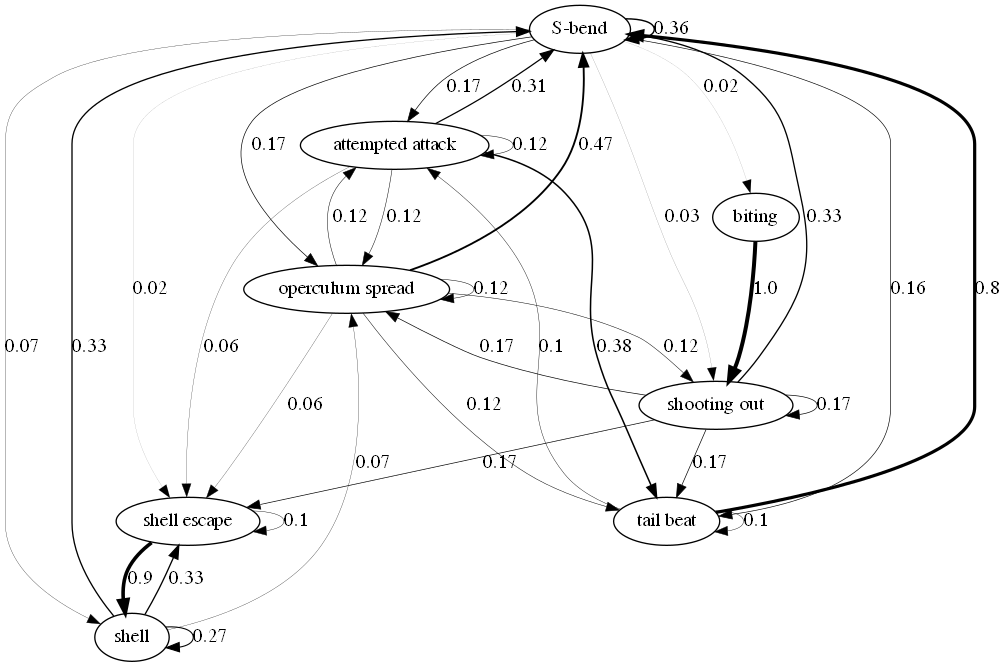
Above: images/transitions.gv.png in nicolkraus/AnalyzeBehavior (Graphviz), before the change. Its source is kept beside it as images/transitions.gv. Source of this version:
```dot
digraph  {
"S-bend";
"attempted attack";
biting;
"operculum spread";
shell;
"shell escape";
"shooting out";
"tail beat";
"S-bend" -> "S-bend"  [label="0.36", penwidth="1.08"];
"S-bend" -> "attempted attack"  [label="0.17", penwidth="0.51"];
"S-bend" -> biting  [label="0.02", penwidth="0.06"];
"S-bend" -> "operculum spread"  [label="0.17", penwidth="0.51"];
"S-bend" -> shell  [label="0.07", penwidth="0.21000000000000002"];
"S-bend" -> "shell escape"  [label="0.02", penwidth="0.06"];
"S-bend" -> "shooting out"  [label="0.03", penwidth="0.09"];
"S-bend" -> "tail beat"  [label="0.16", penwidth="0.48"];
"attempted attack" -> "S-bend"  [label="0.31", penwidth="0.9299999999999999"];
"attempted attack" -> "attempted attack"  [label="0.12", penwidth="0.36"];
"attempted attack" -> "operculum spread"  [label="0.12", penwidth="0.36"];
"attempted attack" -> "shell escape"  [label="0.06", penwidth="0.18"];
"attempted attack" -> "tail beat"  [label="0.38", penwidth="1.1400000000000001"];
biting -> "shooting out"  [label="1.0", penwidth="3.0"];
"operculum spread" -> "S-bend"  [label="0.47", penwidth="1.41"];
"operculum spread" -> "attempted attack"  [label="0.12", penwidth="0.36"];
"operculum spread" -> "operculum spread"  [label="0.12", penwidth="0.36"];
"operculum spread" -> "shell escape"  [label="0.06", penwidth="0.18"];
"operculum spread" -> "shooting out"  [label="0.12", penwidth="0.36"];
"operculum spread" -> "tail beat"  [label="0.12", penwidth="0.36"];
shell -> "S-bend"  [label="0.33", penwidth="0.99"];
shell -> "operculum spread"  [label="0.07", penwidth="0.21000000000000002"];
shell -> shell  [label="0.27", penwidth="0.81"];
shell -> "shell escape"  [label="0.33", penwidth="0.99"];
"shell escape" -> shell  [label="0.9", penwidth="2.7"];
"shell escape" -> "shell escape"  [label="0.1", penwidth="0.30000000000000004"];
"shooting out" -> "S-bend"  [label="0.33", penwidth="0.99"];
"shooting out" -> "operculum spread"  [label="0.17", penwidth="0.51"];
"shooting out" -> "shell escape"  [label="0.17", penwidth="0.51"];
"shooting out" -> "shooting out"  [label="0.17", penwidth="0.51"];
"shooting out" -> "tail beat"  [label="0.17", penwidth="0.51"];
"tail beat" -> "S-bend"  [label="0.8", penwidth="2.4000000000000004"];
"tail beat" -> "attempted attack"  [label="0.1", penwidth="0.30000000000000004"];
"tail beat" -> "tail beat"  [label="0.1", penwidth="0.30000000000000004"];
}
```
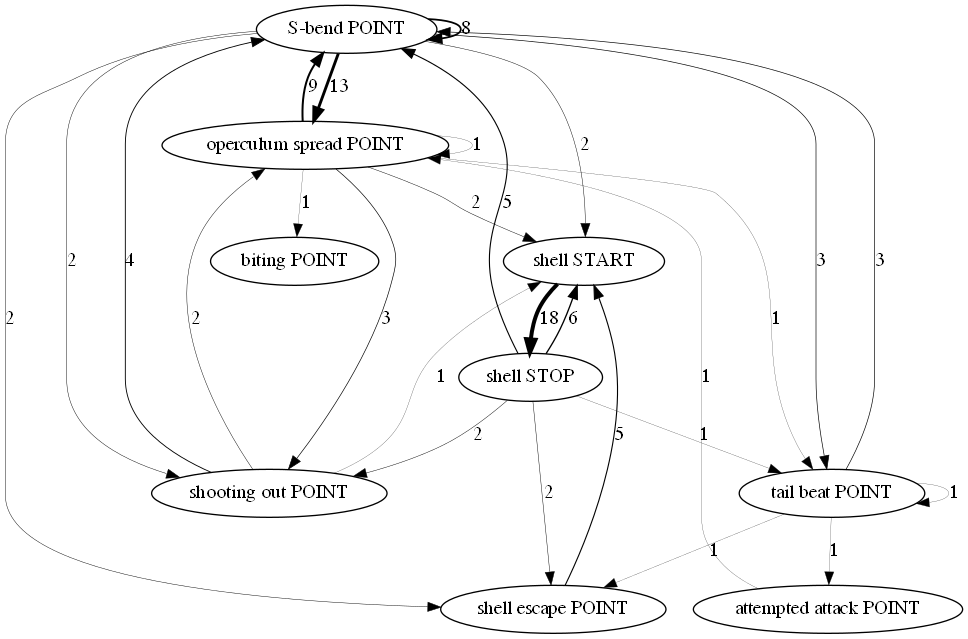
Above is the later version.

Change to the diagram source:
```diff
@@ -1,44 +1,38 @@
 digraph  {
-"S-bend";
-"attempted attack";
-biting;
-"operculum spread";
-shell;
-"shell escape";
-"shooting out";
-"tail beat";
-"S-bend" -> "S-bend"  [label="0.36", penwidth="1.08"];
-"S-bend" -> "attempted attack"  [label="0.17", penwidth="0.51"];
-"S-bend" -> biting  [label="0.02", penwidth="0.06"];
-"S-bend" -> "operculum spread"  [label="0.17", penwidth="0.51"];
-"S-bend" -> shell  [label="0.07", penwidth="0.21000000000000002"];
-"S-bend" -> "shell escape"  [label="0.02", penwidth="0.06"];
-"S-bend" -> "shooting out"  [label="0.03", penwidth="0.09"];
-"S-bend" -> "tail beat"  [label="0.16", penwidth="0.48"];
-"attempted attack" -> "S-bend"  [label="0.31", penwidth="0.9299999999999999"];
-"attempted attack" -> "attempted attack"  [label="0.12", penwidth="0.36"];
-"attempted attack" -> "operculum spread"  [label="0.12", penwidth="0.36"];
-"attempted attack" -> "shell escape"  [label="0.06", penwidth="0.18"];
-"attempted attack" -> "tail beat"  [label="0.38", penwidth="1.1400000000000001"];
-biting -> "shooting out"  [label="1.0", penwidth="3.0"];
-"operculum spread" -> "S-bend"  [label="0.47", penwidth="1.41"];
-"operculum spread" -> "attempted attack"  [label="0.12", penwidth="0.36"];
-"operculum spread" -> "operculum spread"  [label="0.12", penwidth="0.36"];
-"operculum spread" -> "shell escape"  [label="0.06", penwidth="0.18"];
-"operculum spread" -> "shooting out"  [label="0.12", penwidth="0.36"];
-"operculum spread" -> "tail beat"  [label="0.12", penwidth="0.36"];
-shell -> "S-bend"  [label="0.33", penwidth="0.99"];
-shell -> "operculum spread"  [label="0.07", penwidth="0.21000000000000002"];
-shell -> shell  [label="0.27", penwidth="0.81"];
-shell -> "shell escape"  [label="0.33", penwidth="0.99"];
-"shell escape" -> shell  [label="0.9", penwidth="2.7"];
-"shell escape" -> "shell escape"  [label="0.1", penwidth="0.30000000000000004"];
-"shooting out" -> "S-bend"  [label="0.33", penwidth="0.99"];
-"shooting out" -> "operculum spread"  [label="0.17", penwidth="0.51"];
-"shooting out" -> "shell escape"  [label="0.17", penwidth="0.51"];
-"shooting out" -> "shooting out"  [label="0.17", penwidth="0.51"];
-"shooting out" -> "tail beat"  [label="0.17", penwidth="0.51"];
-"tail beat" -> "S-bend"  [label="0.8", penwidth="2.4000000000000004"];
-"tail beat" -> "attempted attack"  [label="0.1", penwidth="0.30000000000000004"];
-"tail beat" -> "tail beat"  [label="0.1", penwidth="0.30000000000000004"];
+"S-bend POINT";
+"operculum spread POINT";
+"shell START";
+"shell escape POINT";
+"shooting out POINT";
+"tail beat POINT";
+"attempted attack POINT";
+"biting POINT";
+"shell STOP";
+"S-bend POINT" -> "S-bend POINT"  [label=8, penwidth="1.3333333333333333"];
+"S-bend POINT" -> "operculum spread POINT"  [label=13, penwidth="2.1666666666666665"];
+"S-bend POINT" -> "shell START"  [label=2, penwidth="0.3333333333333333"];
+"S-bend POINT" -> "shell escape POINT"  [label=2, penwidth="0.3333333333333333"];
+"S-bend POINT" -> "shooting out POINT"  [label=2, penwidth="0.3333333333333333"];
+"S-bend POINT" -> "tail beat POINT"  [label=3, penwidth="0.5"];
+"operculum spread POINT" -> "S-bend POINT"  [label=9, penwidth="1.5"];
+"operculum spread POINT" -> "biting POINT"  [label=1, penwidth="0.16666666666666666"];
+"operculum spread POINT" -> "operculum spread POINT"  [label=1, penwidth="0.16666666666666666"];
+"operculum spread POINT" -> "shell START"  [label=2, penwidth="0.3333333333333333"];
+"operculum spread POINT" -> "shooting out POINT"  [label=3, penwidth="0.5"];
+"operculum spread POINT" -> "tail beat POINT"  [label=1, penwidth="0.16666666666666666"];
+"shell START" -> "shell STOP"  [label=18, penwidth="3.0"];
+"shell escape POINT" -> "shell START"  [label=5, penwidth="0.8333333333333334"];
+"shooting out POINT" -> "S-bend POINT"  [label=4, penwidth="0.6666666666666666"];
+"shooting out POINT" -> "operculum spread POINT"  [label=2, penwidth="0.3333333333333333"];
+"shooting out POINT" -> "shell START"  [label=1, penwidth="0.16666666666666666"];
+"tail beat POINT" -> "S-bend POINT"  [label=3, penwidth="0.5"];
+"tail beat POINT" -> "attempted attack POINT"  [label=1, penwidth="0.16666666666666666"];
+"tail beat POINT" -> "shell escape POINT"  [label=1, penwidth="0.16666666666666666"];
+"tail beat POINT" -> "tail beat POINT"  [label=1, penwidth="0.16666666666666666"];
+"attempted attack POINT" -> "operculum spread POINT"  [label=1, penwidth="0.16666666666666666"];
+"shell STOP" -> "S-bend POINT"  [label=5, penwidth="0.8333333333333334"];
+"shell STOP" -> "shell START"  [label=6, penwidth="1.0"];
+"shell STOP" -> "shell escape POINT"  [label=2, penwidth="0.3333333333333333"];
+"shell STOP" -> "shooting out POINT"  [label=2, penwidth="0.3333333333333333"];
+"shell STOP" -> "tail beat POINT"  [label=1, penwidth="0.16666666666666666"];
 }
```
